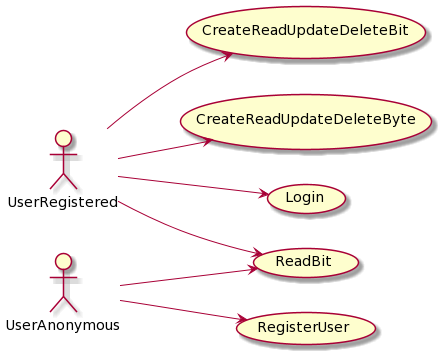
Above: docs/uml/images/use_cases.png in leohakim/api-o-matic-old (PlantUML), before the change. Source of this version:
```plantuml
@startuml
left to right direction

actor UserRegistered

actor UserAnonymous

usecase CreateReadUpdateDeleteBit
usecase CreateReadUpdateDeleteByte
usecase ReadBit
usecase RegisterUser
usecase Login


UserRegistered --> CreateReadUpdateDeleteBit
UserRegistered --> CreateReadUpdateDeleteByte
UserRegistered --> ReadBit
UserRegistered --> Login

UserAnonymous --> RegisterUser
UserAnonymous --> ReadBit
@enduml
```
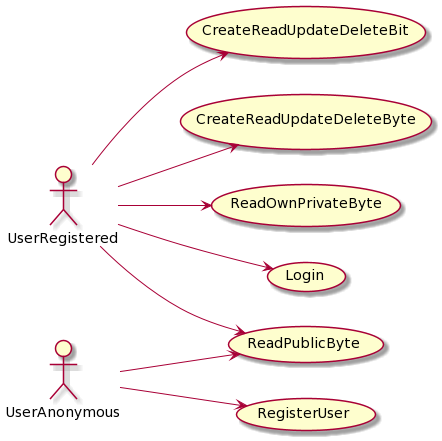
After the commit.

Commit message:
Add public field in byte. Add Use case

What changed in the source:
```diff
@@ -7,16 +7,18 @@
 
 usecase CreateReadUpdateDeleteBit
 usecase CreateReadUpdateDeleteByte
-usecase ReadBit
+usecase ReadPublicByte
+usecase ReadOwnPrivateByte
 usecase RegisterUser
 usecase Login
 
 
+UserRegistered --> Login
 UserRegistered --> CreateReadUpdateDeleteBit
 UserRegistered --> CreateReadUpdateDeleteByte
-UserRegistered --> ReadBit
-UserRegistered --> Login
+UserRegistered --> ReadOwnPrivateByte
+UserRegistered --> ReadPublicByte
 
+UserAnonymous --> ReadPublicByte
 UserAnonymous --> RegisterUser
-UserAnonymous --> ReadBit
 @enduml
```
